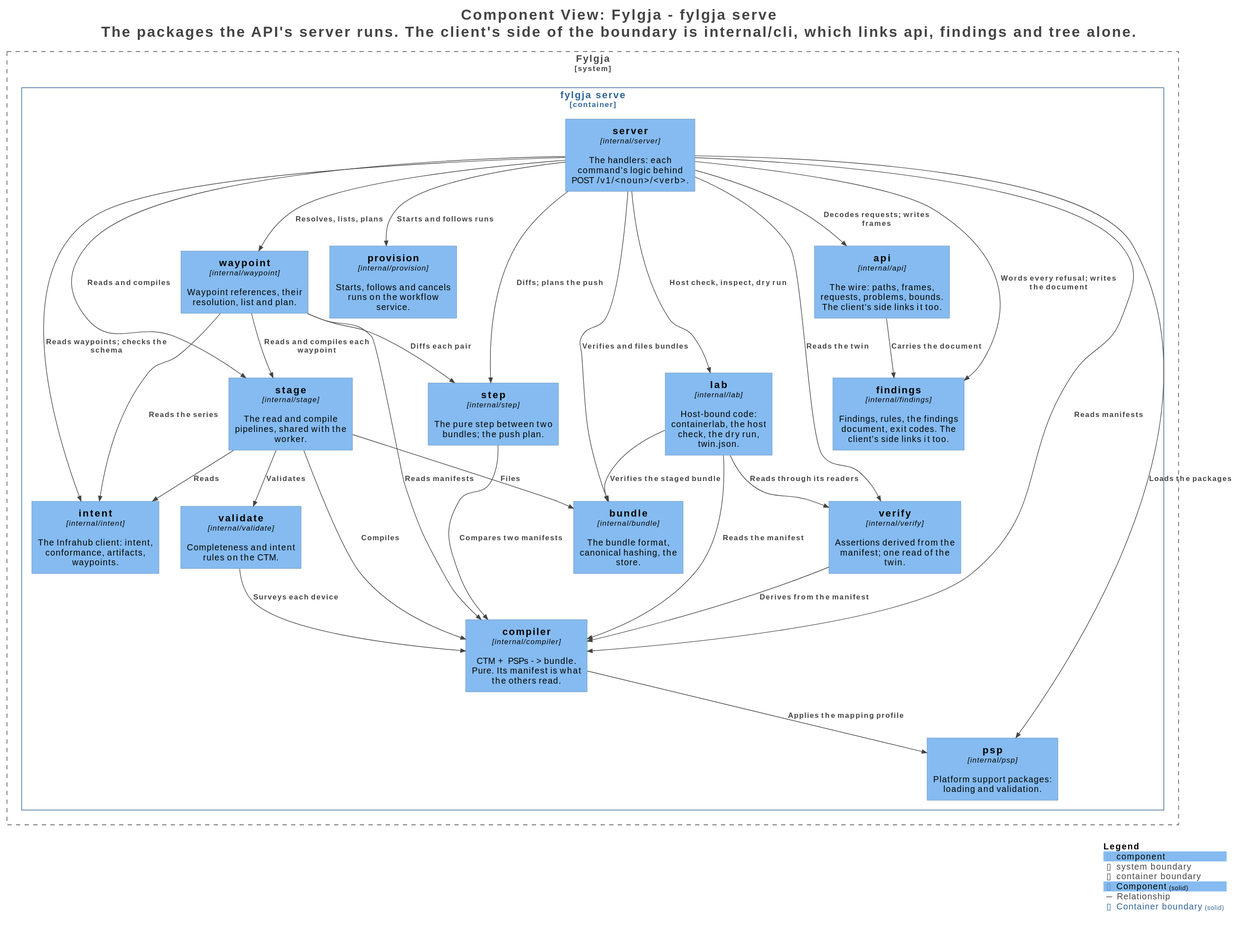
Above: docs/c4/structurizr-ServerComponents.svg in happypathnetworking/fylgja (PlantUML), before the change.
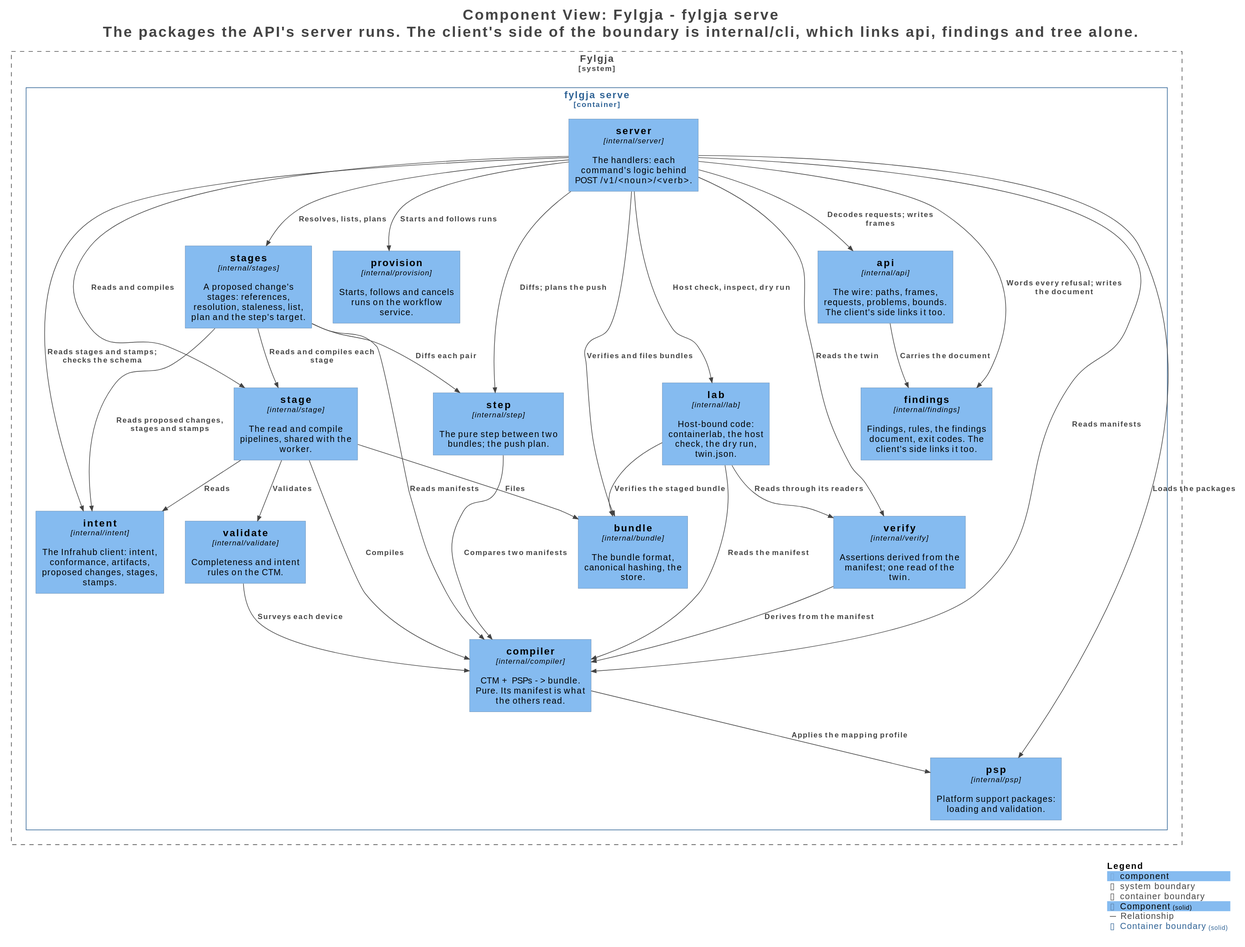
After the change.

Diff of the diagram source:
```diff
@@ -25,11 +25,11 @@
   Container_Boundary("Fylgja.fylgjaserve_boundary", "fylgja serve", $tags="Container") {
     Component(Fylgja.fylgjaserve.api, "api", $techn="internal/api", $descr="The wire: paths, frames, requests, problems, bounds. The client's side links it too.", $tags="Component", $link="")
     Component(Fylgja.fylgjaserve.stage, "stage", $techn="internal/stage", $descr="The read and compile pipelines, shared with the worker.", $tags="Component", $link="")
-    Component(Fylgja.fylgjaserve.waypoint, "waypoint", $techn="internal/waypoint", $descr="Waypoint references, their resolution, list and plan.", $tags="Component", $link="")
+    Component(Fylgja.fylgjaserve.stages, "stages", $techn="internal/stages", $descr="A proposed change's stages: references, resolution, staleness, list, plan and the step's target.", $tags="Component", $link="")
     Component(Fylgja.fylgjaserve.provision, "provision", $techn="internal/provision", $descr="Starts, follows and cancels runs on the workflow service.", $tags="Component", $link="")
     Component(Fylgja.fylgjaserve.lab, "lab", $techn="internal/lab", $descr="Host-bound code: containerlab, the host check, the dry run, twin.json.", $tags="Component", $link="")
     Component(Fylgja.fylgjaserve.verify, "verify", $techn="internal/verify", $descr="Assertions derived from the manifest; one read of the twin.", $tags="Component", $link="")
-    Component(Fylgja.fylgjaserve.intent, "intent", $techn="internal/intent", $descr="The Infrahub client: intent, conformance, artifacts, waypoints.", $tags="Component", $link="")
+    Component(Fylgja.fylgjaserve.intent, "intent", $techn="internal/intent", $descr="The Infrahub client: intent, conformance, artifacts, proposed changes, stages, stamps.", $tags="Component", $link="")
     Component(Fylgja.fylgjaserve.validate, "validate", $techn="internal/validate", $descr="Completeness and intent rules on the CTM.", $tags="Component", $link="")
     Component(Fylgja.fylgjaserve.step, "step", $techn="internal/step", $descr="The pure step between two bundles; the push plan.", $tags="Component", $link="")
     Component(Fylgja.fylgjaserve.compiler, "compiler", $techn="internal/compiler", $descr="CTM + PSPs -> bundle. Pure. Its manifest is what the others read.", $tags="Component", $link="")
@@ -45,8 +45,8 @@
 Rel(Fylgja.fylgjaserve.server, Fylgja.fylgjaserve.findings, "Words every refusal; writes the document", $techn="", $tags="Relationship", $link="")
 Rel(Fylgja.fylgjaserve.server, Fylgja.fylgjaserve.psp, "Loads the packages", $techn="", $tags="Relationship", $link="")
 Rel(Fylgja.fylgjaserve.server, Fylgja.fylgjaserve.stage, "Reads and compiles", $techn="", $tags="Relationship", $link="")
-Rel(Fylgja.fylgjaserve.server, Fylgja.fylgjaserve.waypoint, "Resolves, lists, plans", $techn="", $tags="Relationship", $link="")
-Rel(Fylgja.fylgjaserve.server, Fylgja.fylgjaserve.intent, "Reads waypoints; checks the schema", $techn="", $tags="Relationship", $link="")
+Rel(Fylgja.fylgjaserve.server, Fylgja.fylgjaserve.stages, "Resolves, lists, plans", $techn="", $tags="Relationship", $link="")
+Rel(Fylgja.fylgjaserve.server, Fylgja.fylgjaserve.intent, "Reads stages and stamps; checks the schema", $techn="", $tags="Relationship", $link="")
 Rel(Fylgja.fylgjaserve.server, Fylgja.fylgjaserve.step, "Diffs; plans the push", $techn="", $tags="Relationship", $link="")
 Rel(Fylgja.fylgjaserve.server, Fylgja.fylgjaserve.bundle, "Verifies and files bundles", $techn="", $tags="Relationship", $link="")
 Rel(Fylgja.fylgjaserve.server, Fylgja.fylgjaserve.compiler, "Reads manifests", $techn="", $tags="Relationship", $link="")
@@ -54,10 +54,10 @@
 Rel(Fylgja.fylgjaserve.server, Fylgja.fylgjaserve.verify, "Reads the twin", $techn="", $tags="Relationship", $link="")
 Rel(Fylgja.fylgjaserve.server, Fylgja.fylgjaserve.provision, "Starts and follows runs", $techn="", $tags="Relationship", $link="")
 Rel(Fylgja.fylgjaserve.api, Fylgja.fylgjaserve.findings, "Carries the document", $techn="", $tags="Relationship", $link="")
-Rel(Fylgja.fylgjaserve.waypoint, Fylgja.fylgjaserve.stage, "Reads and compiles each waypoint", $techn="", $tags="Relationship", $link="")
-Rel(Fylgja.fylgjaserve.waypoint, Fylgja.fylgjaserve.intent, "Reads the series", $techn="", $tags="Relationship", $link="")
-Rel(Fylgja.fylgjaserve.waypoint, Fylgja.fylgjaserve.step, "Diffs each pair", $techn="", $tags="Relationship", $link="")
-Rel(Fylgja.fylgjaserve.waypoint, Fylgja.fylgjaserve.compiler, "Reads manifests", $techn="", $tags="Relationship", $link="")
+Rel(Fylgja.fylgjaserve.stages, Fylgja.fylgjaserve.stage, "Reads and compiles each stage", $techn="", $tags="Relationship", $link="")
+Rel(Fylgja.fylgjaserve.stages, Fylgja.fylgjaserve.intent, "Reads proposed changes, stages and stamps", $techn="", $tags="Relationship", $link="")
+Rel(Fylgja.fylgjaserve.stages, Fylgja.fylgjaserve.step, "Diffs each pair", $techn="", $tags="Relationship", $link="")
+Rel(Fylgja.fylgjaserve.stages, Fylgja.fylgjaserve.compiler, "Reads manifests", $techn="", $tags="Relationship", $link="")
 Rel(Fylgja.fylgjaserve.stage, Fylgja.fylgjaserve.intent, "Reads", $techn="", $tags="Relationship", $link="")
 Rel(Fylgja.fylgjaserve.stage, Fylgja.fylgjaserve.validate, "Validates", $techn="", $tags="Relationship", $link="")
 Rel(Fylgja.fylgjaserve.stage, Fylgja.fylgjaserve.compiler, "Compiles", $techn="", $tags="Relationship", $link="")
```
